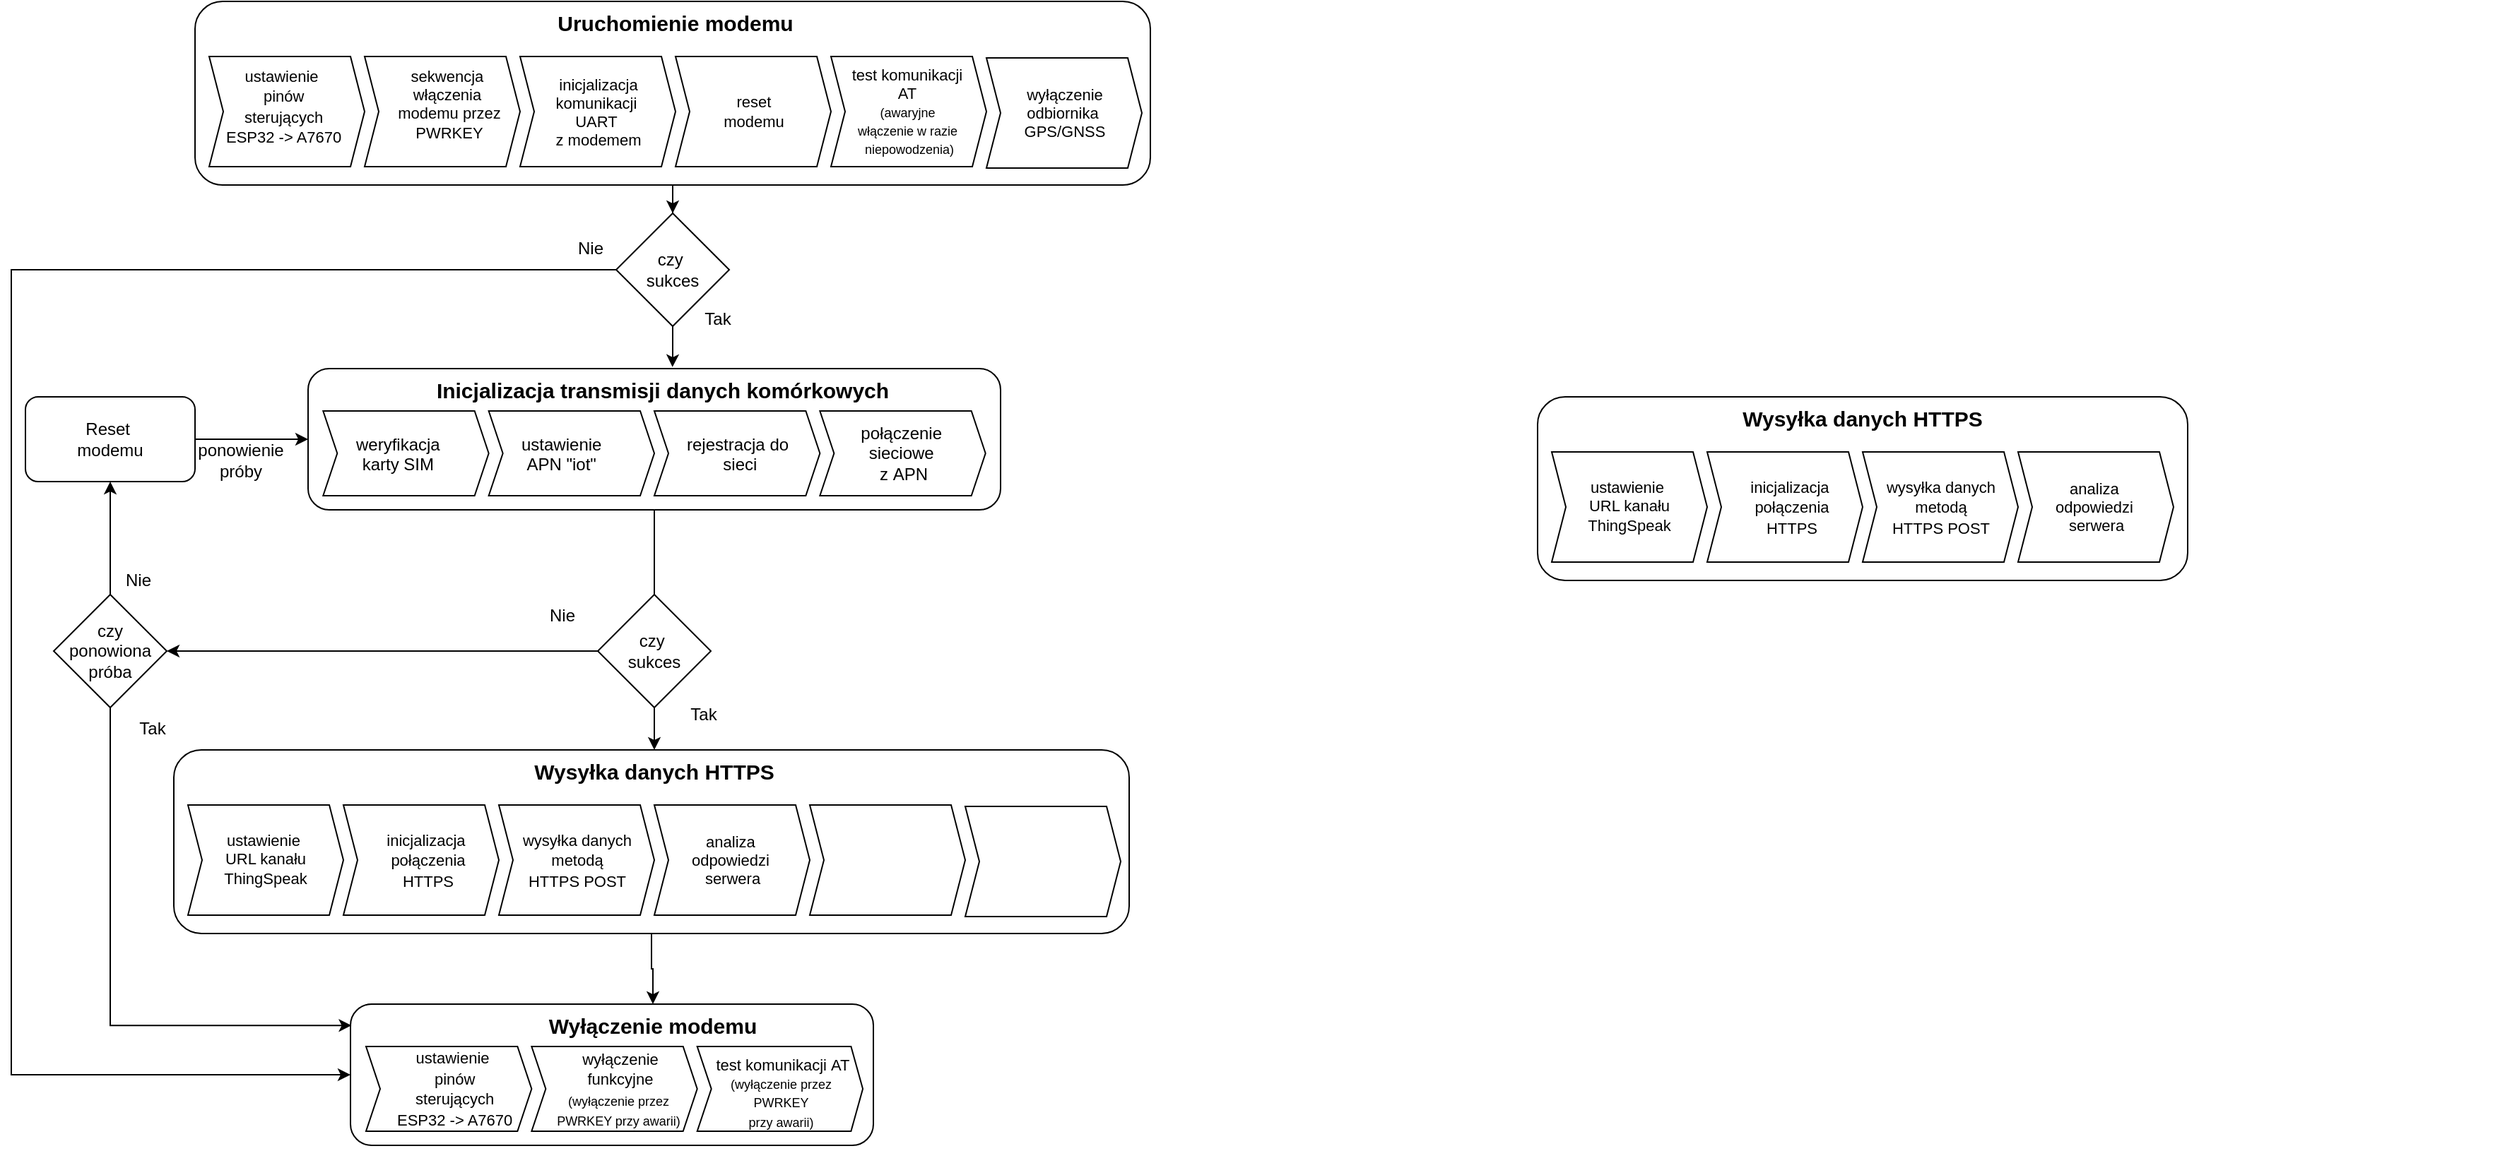
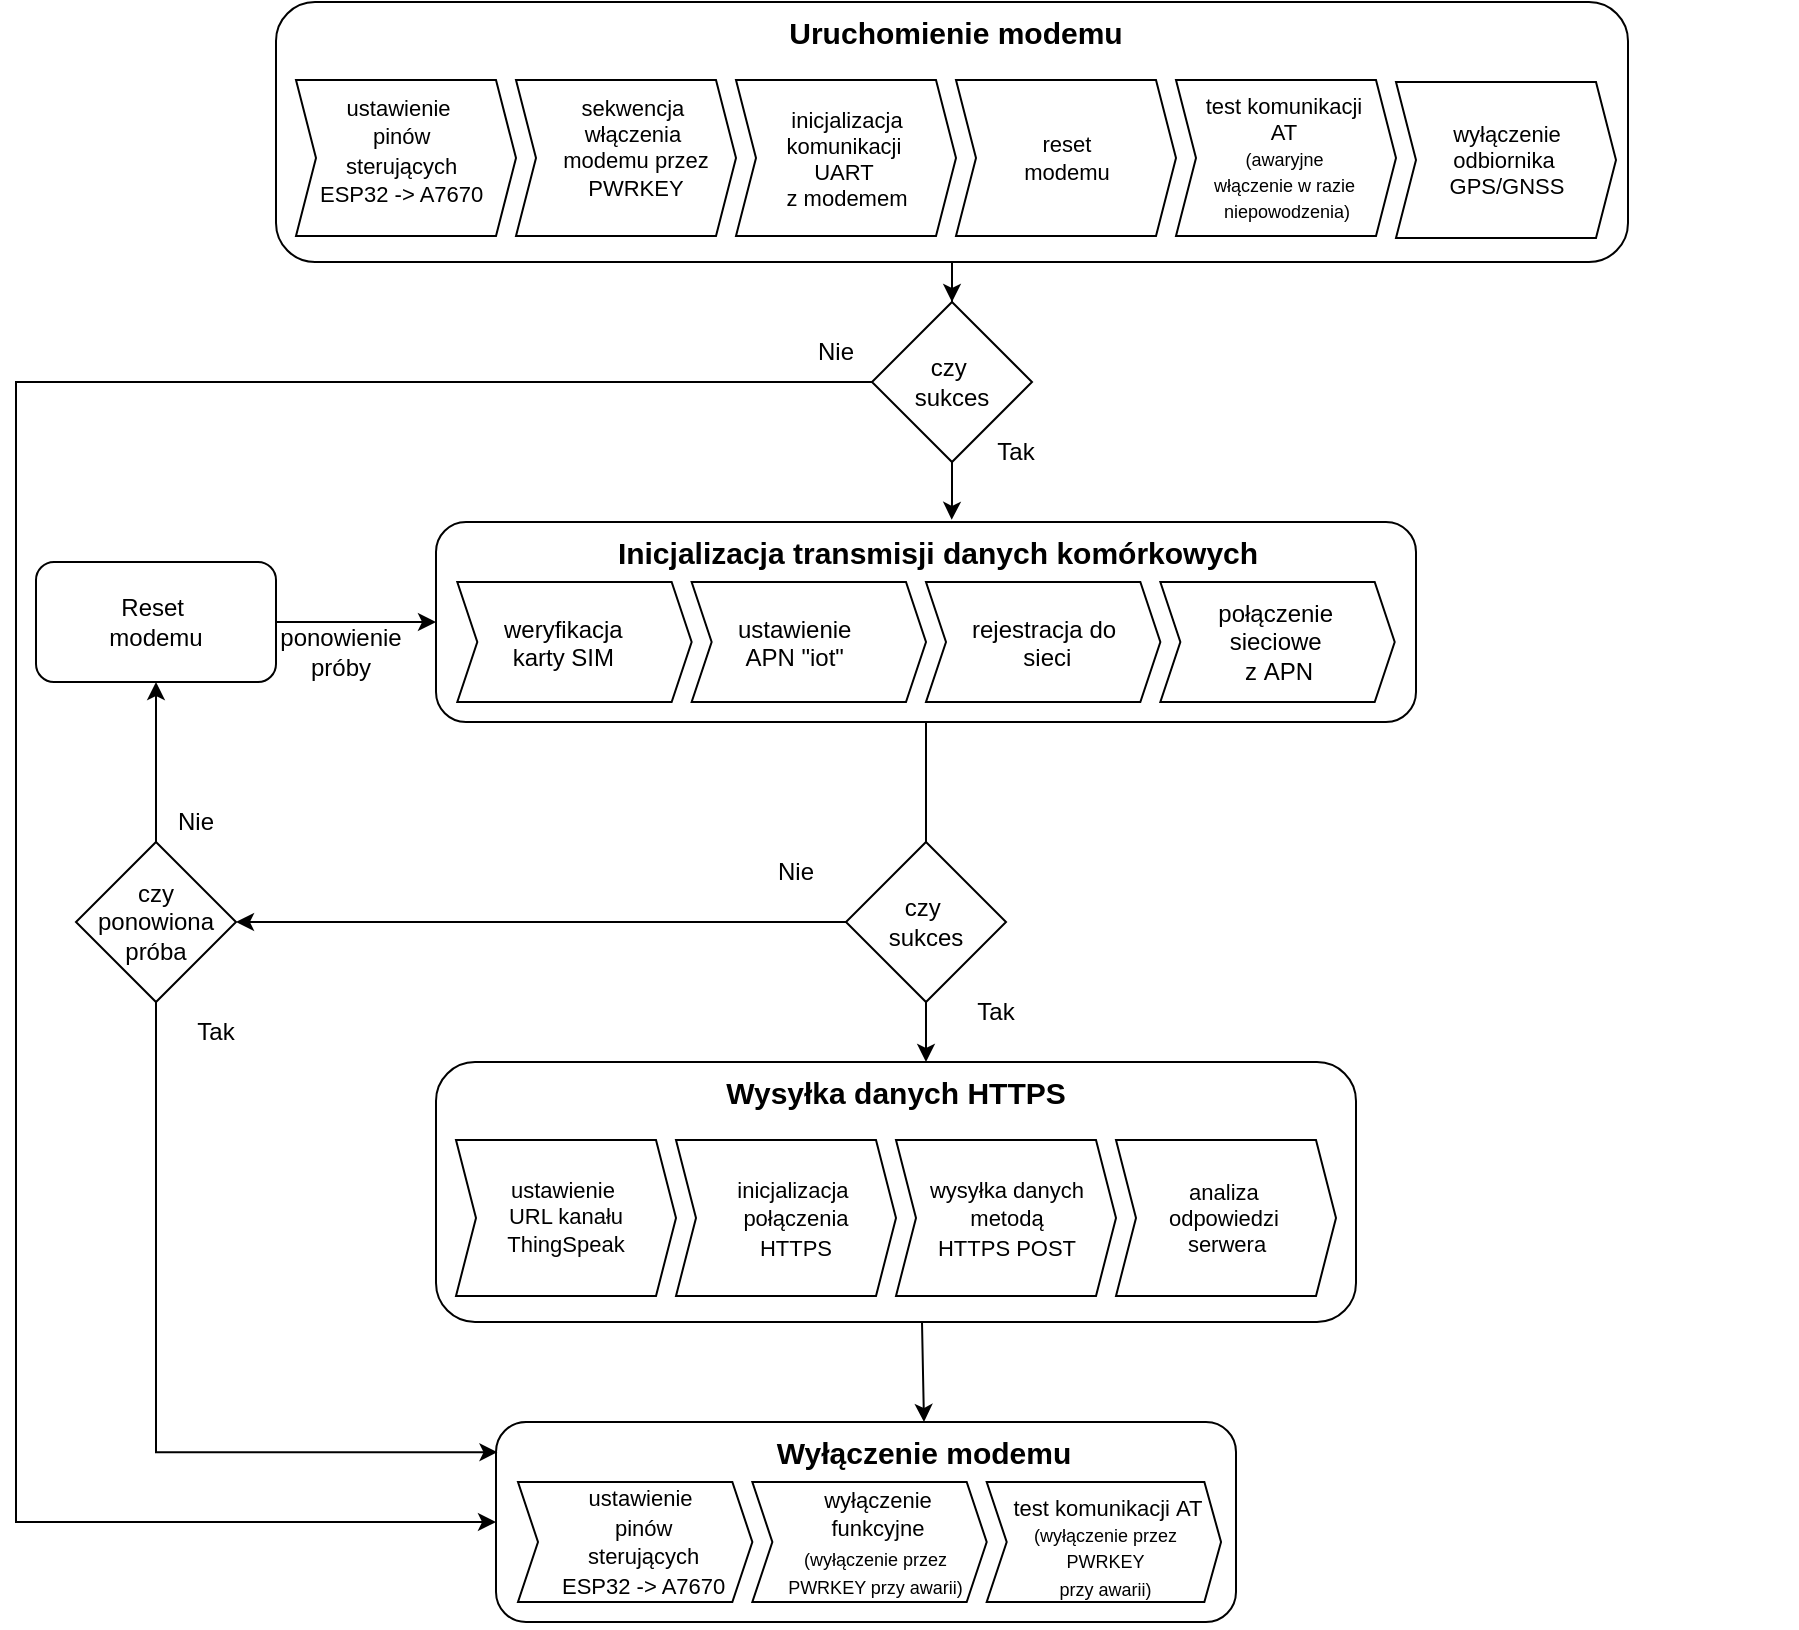
<mxfile host="app.diagrams.net">
  <diagram name="Strona-1" id="qUiWrLwNQSNPpPlMcjFA">
-     <mxGraphModel dx="970" dy="1851" grid="1" gridSize="10" guides="1" tooltips="1" connect="1" arrows="1" fold="1" page="1" pageScale="1" pageWidth="827" pageHeight="1169" math="0" shadow="0">
+     <mxGraphModel dx="1386" dy="2143" grid="1" gridSize="10" guides="1" tooltips="1" connect="1" arrows="1" fold="1" page="1" pageScale="1" pageWidth="827" pageHeight="1169" math="0" shadow="0">
      <root>
        <mxCell id="0" />
        <mxCell id="1" parent="0" />
        <mxCell id="zzqq1YDTvUKB0URQ00NY-44" connectable="0" parent="1" style="group" value="" vertex="1">
          <mxGeometry height="100" width="490.6521739130435" x="650" y="110" as="geometry" />
        </mxCell>
        <mxCell id="zzqq1YDTvUKB0URQ00NY-41" parent="zzqq1YDTvUKB0URQ00NY-44" style="rounded=1;whiteSpace=wrap;html=1;fillColor=none;" value="" vertex="1">
          <mxGeometry height="100" width="490.0000000000001" as="geometry" />
        </mxCell>
        <mxCell id="zzqq1YDTvUKB0URQ00NY-43" connectable="0" parent="zzqq1YDTvUKB0URQ00NY-44" style="group" value="" vertex="1">
          <mxGeometry height="90" width="480" x="10.65217391304348" as="geometry" />
        </mxCell>
        <mxCell id="zzqq1YDTvUKB0URQ00NY-32" parent="zzqq1YDTvUKB0URQ00NY-43" style="html=1;shadow=0;dashed=0;align=center;verticalAlign=middle;shape=mxgraph.arrows2.arrow;dy=0;dx=10;notch=10;" value="" vertex="1">
          <mxGeometry height="60" width="117.17391304347828" y="30" as="geometry" />
        </mxCell>
        <mxCell id="zzqq1YDTvUKB0URQ00NY-34" parent="zzqq1YDTvUKB0URQ00NY-43" style="text;whiteSpace=wrap;html=1;" value="&lt;span style=&quot;caret-color: rgb(0, 0, 0); color: rgb(0, 0, 0); font-family: Helvetica; font-size: 12.000001px; font-style: normal; font-variant-caps: normal; font-weight: 400; letter-spacing: normal; orphans: 2; text-align: center; text-indent: 0px; text-transform: none; white-space: nowrap; widows: 2; word-spacing: 0px; -webkit-text-stroke-width: 0px; text-decoration-line: none; text-decoration-thickness: auto; text-decoration-style: solid;&quot;&gt;weryfikacja&lt;/span&gt;&lt;div style=&quot;caret-color: rgb(0, 0, 0); color: rgb(0, 0, 0); font-family: Helvetica; font-size: 12.000001px; font-style: normal; font-variant-caps: normal; font-weight: 400; letter-spacing: normal; orphans: 2; text-align: center; text-indent: 0px; text-transform: none; white-space: nowrap; widows: 2; word-spacing: 0px; -webkit-text-stroke-width: 0px; text-decoration-line: none; text-decoration-thickness: auto; text-decoration-style: solid;&quot;&gt;karty SIM&lt;/div&gt;" vertex="1">
          <mxGeometry height="50" width="95.86956521739131" x="21.30434782608696" y="40" as="geometry" />
        </mxCell>
        <mxCell id="zzqq1YDTvUKB0URQ00NY-35" parent="zzqq1YDTvUKB0URQ00NY-43" style="html=1;shadow=0;dashed=0;align=center;verticalAlign=middle;shape=mxgraph.arrows2.arrow;dy=0;dx=10;notch=10;" value="" vertex="1">
          <mxGeometry height="60" width="117.17391304347828" x="117.17391304347828" y="30" as="geometry" />
        </mxCell>
        <mxCell id="zzqq1YDTvUKB0URQ00NY-36" parent="zzqq1YDTvUKB0URQ00NY-43" style="text;whiteSpace=wrap;html=1;" value="&lt;div style=&quot;text-align: center;&quot;&gt;&lt;span style=&quot;font-size: 12px; caret-color: rgb(0, 0, 0); text-wrap-mode: nowrap;&quot;&gt;&lt;font color=&quot;#000000&quot;&gt;ustawienie&lt;/font&gt;&lt;/span&gt;&lt;/div&gt;&lt;div style=&quot;text-align: center;&quot;&gt;&lt;span style=&quot;font-size: 12px; caret-color: rgb(0, 0, 0); text-wrap-mode: nowrap;&quot;&gt;&lt;font color=&quot;#000000&quot;&gt;APN&amp;nbsp;&lt;/font&gt;&lt;/span&gt;&lt;span style=&quot;font-size: 12px; white-space: nowrap;&quot;&gt;&quot;iot&quot;&lt;/span&gt;&lt;/div&gt;" vertex="1">
          <mxGeometry height="50" width="95.86956521739131" x="138.47826086956525" y="40" as="geometry" />
        </mxCell>
        <mxCell id="zzqq1YDTvUKB0URQ00NY-37" parent="zzqq1YDTvUKB0URQ00NY-43" style="html=1;shadow=0;dashed=0;align=center;verticalAlign=middle;shape=mxgraph.arrows2.arrow;dy=0;dx=10;notch=10;" value="" vertex="1">
          <mxGeometry height="60" width="117.17391304347828" x="234.34782608695656" y="30" as="geometry" />
        </mxCell>
        <mxCell id="zzqq1YDTvUKB0URQ00NY-38" parent="zzqq1YDTvUKB0URQ00NY-43" style="text;whiteSpace=wrap;html=1;" value="&lt;div style=&quot;text-align: center;&quot;&gt;&lt;span style=&quot;caret-color: rgb(0, 0, 0); text-wrap-mode: nowrap;&quot;&gt;rejestracja do&amp;nbsp;&lt;/span&gt;&lt;/div&gt;&lt;div style=&quot;text-align: center;&quot;&gt;&lt;span style=&quot;caret-color: rgb(0, 0, 0); text-wrap-mode: nowrap;&quot;&gt;sieci&lt;/span&gt;&lt;/div&gt;" vertex="1">
          <mxGeometry height="50" width="95.86956521739131" x="255.6521739130435" y="40" as="geometry" />
        </mxCell>
        <mxCell id="zzqq1YDTvUKB0URQ00NY-39" parent="zzqq1YDTvUKB0URQ00NY-43" style="html=1;shadow=0;dashed=0;align=center;verticalAlign=middle;shape=mxgraph.arrows2.arrow;dy=0;dx=10;notch=10;" value="połączenie&amp;nbsp;&lt;div&gt;sieciowe&amp;nbsp;&lt;/div&gt;&lt;div&gt;z&amp;nbsp;&lt;span style=&quot;font-size: 12px;&quot;&gt;APN&lt;/span&gt;&lt;/div&gt;" vertex="1">
          <mxGeometry height="60" width="117.17391304347828" x="351.52173913043487" y="30" as="geometry" />
        </mxCell>
        <mxCell id="zzqq1YDTvUKB0URQ00NY-42" parent="zzqq1YDTvUKB0URQ00NY-43" style="text;whiteSpace=wrap;html=1;align=center;" value="&lt;div style=&quot;&quot;&gt;&lt;span style=&quot;&quot;&gt;&lt;b&gt;&lt;font style=&quot;font-size: 15px;&quot;&gt;Inicjalizacja transmisji danych komórkowych&lt;/font&gt;&lt;/b&gt;&lt;/span&gt;&lt;br&gt;&lt;/div&gt;" vertex="1">
          <mxGeometry height="50" width="480" as="geometry" />
        </mxCell>
        <mxCell id="zzqq1YDTvUKB0URQ00NY-64" connectable="0" parent="1" style="group" value="" vertex="1">
          <mxGeometry height="130" width="680" x="570" y="-150" as="geometry" />
        </mxCell>
        <mxCell id="zzqq1YDTvUKB0URQ00NY-47" parent="zzqq1YDTvUKB0URQ00NY-64" style="rounded=1;whiteSpace=wrap;html=1;fillColor=none;" value="" vertex="1">
          <mxGeometry height="130" width="676" as="geometry" />
        </mxCell>
        <mxCell id="zzqq1YDTvUKB0URQ00NY-63" connectable="0" parent="zzqq1YDTvUKB0URQ00NY-64" style="group" value="" vertex="1">
          <mxGeometry height="118" width="670" x="10" as="geometry" />
        </mxCell>
        <mxCell id="zzqq1YDTvUKB0URQ00NY-48" connectable="0" parent="zzqq1YDTvUKB0URQ00NY-63" style="group" value="" vertex="1">
          <mxGeometry height="117" width="670" as="geometry" />
        </mxCell>
        <mxCell id="zzqq1YDTvUKB0URQ00NY-49" parent="zzqq1YDTvUKB0URQ00NY-48" style="html=1;shadow=0;dashed=0;align=center;verticalAlign=middle;shape=mxgraph.arrows2.arrow;dy=0;dx=10;notch=10;" value="" vertex="1">
          <mxGeometry height="78" width="110" y="39" as="geometry" />
        </mxCell>
        <mxCell id="zzqq1YDTvUKB0URQ00NY-51" parent="zzqq1YDTvUKB0URQ00NY-48" style="html=1;shadow=0;dashed=0;align=center;verticalAlign=middle;shape=mxgraph.arrows2.arrow;dy=0;dx=10;notch=10;" value="" vertex="1">
          <mxGeometry height="78" width="110" x="110" y="39" as="geometry" />
        </mxCell>
        <mxCell id="zzqq1YDTvUKB0URQ00NY-52" parent="zzqq1YDTvUKB0URQ00NY-48" style="text;whiteSpace=wrap;html=1;fontSize=11;align=center;" value="&lt;div style=&quot;&quot;&gt;&lt;span style=&quot;caret-color: rgb(0, 0, 0); text-wrap-mode: nowrap;&quot;&gt;sekwencja&amp;nbsp;&lt;/span&gt;&lt;/div&gt;&lt;div style=&quot;&quot;&gt;&lt;span style=&quot;caret-color: rgb(0, 0, 0); text-wrap-mode: nowrap;&quot;&gt;włączenia&amp;nbsp;&lt;/span&gt;&lt;/div&gt;&lt;div style=&quot;&quot;&gt;&lt;span style=&quot;caret-color: rgb(0, 0, 0); text-wrap-mode: nowrap;&quot;&gt;modemu przez&lt;/span&gt;&lt;/div&gt;&lt;div style=&quot;&quot;&gt;&lt;span style=&quot;caret-color: rgb(0, 0, 0); text-wrap-mode: nowrap;&quot;&gt;PWRKEY&lt;/span&gt;&lt;/div&gt;&lt;div style=&quot;&quot;&gt;&lt;span style=&quot;caret-color: rgb(0, 0, 0); text-wrap-mode: nowrap;&quot;&gt;&lt;br&gt;&lt;/span&gt;&lt;/div&gt;&lt;div style=&quot;&quot;&gt;&lt;br&gt;&lt;/div&gt;" vertex="1">
          <mxGeometry height="77" width="120" x="110" y="40" as="geometry" />
        </mxCell>
        <mxCell id="zzqq1YDTvUKB0URQ00NY-53" parent="zzqq1YDTvUKB0URQ00NY-48" style="html=1;shadow=0;dashed=0;align=center;verticalAlign=middle;shape=mxgraph.arrows2.arrow;dy=0;dx=10;notch=10;" value="&lt;span style=&quot;font-size: 11px; float: none; display: inline !important; caret-color: rgb(0, 0, 0); color: rgb(0, 0, 0); text-decoration-color: currentcolor;&quot;&gt;inicjalizacja&lt;/span&gt;&lt;div style=&quot;font-size: 11px; white-space: normal; caret-color: rgb(0, 0, 0); color: rgb(0, 0, 0);&quot;&gt;&lt;span style=&quot;text-wrap-mode: nowrap;&quot;&gt;komunikacji&amp;nbsp;&lt;/span&gt;&lt;/div&gt;&lt;div style=&quot;font-size: 11px; white-space: normal; caret-color: rgb(0, 0, 0); color: rgb(0, 0, 0);&quot;&gt;&lt;span style=&quot;text-wrap-mode: nowrap;&quot;&gt;UART&amp;nbsp;&lt;/span&gt;&lt;/div&gt;&lt;div style=&quot;font-size: 11px; white-space: normal; caret-color: rgb(0, 0, 0); color: rgb(0, 0, 0);&quot;&gt;&lt;span style=&quot;text-wrap-mode: nowrap;&quot;&gt;z modemem&lt;/span&gt;&lt;/div&gt;" vertex="1">
          <mxGeometry height="78" width="110" x="220" y="39" as="geometry" />
        </mxCell>
        <mxCell id="zzqq1YDTvUKB0URQ00NY-55" parent="zzqq1YDTvUKB0URQ00NY-48" style="html=1;shadow=0;dashed=0;align=center;verticalAlign=middle;shape=mxgraph.arrows2.arrow;dy=0;dx=10;notch=10;fontSize=11;labelBackgroundColor=none;" value="reset&lt;div&gt;modemu&lt;/div&gt;" vertex="1">
          <mxGeometry height="78" width="110" x="330" y="39" as="geometry" />
        </mxCell>
        <mxCell id="zzqq1YDTvUKB0URQ00NY-56" parent="zzqq1YDTvUKB0URQ00NY-48" style="text;whiteSpace=wrap;html=1;align=center;" value="&lt;div style=&quot;&quot;&gt;&lt;b&gt;&lt;font style=&quot;font-size: 15px;&quot;&gt;Uruchomienie modemu&lt;/font&gt;&lt;/b&gt;&lt;/div&gt;" vertex="1">
          <mxGeometry height="65" width="680" x="-10" as="geometry" />
        </mxCell>
        <mxCell id="zzqq1YDTvUKB0URQ00NY-50" parent="zzqq1YDTvUKB0URQ00NY-48" style="text;whiteSpace=wrap;html=1;" value="&lt;div style=&quot;text-align: center;&quot;&gt;&lt;span style=&quot;text-wrap-mode: nowrap;&quot;&gt;&lt;font style=&quot;font-size: 11px;&quot;&gt;ustawienie&amp;nbsp;&lt;/font&gt;&lt;/span&gt;&lt;/div&gt;&lt;div style=&quot;text-align: center;&quot;&gt;&lt;span style=&quot;text-wrap-mode: nowrap;&quot;&gt;&lt;font style=&quot;font-size: 11px;&quot;&gt;pinów&lt;/font&gt;&lt;/span&gt;&lt;/div&gt;&lt;div style=&quot;text-align: center;&quot;&gt;&lt;span style=&quot;text-wrap-mode: nowrap;&quot;&gt;&lt;font style=&quot;font-size: 11px;&quot;&gt;&amp;nbsp;sterujących&amp;nbsp;&lt;/font&gt;&lt;/span&gt;&lt;/div&gt;&lt;div style=&quot;text-align: center;&quot;&gt;&lt;span style=&quot;font-size: 11px; text-wrap-mode: nowrap;&quot;&gt;ESP32 -&amp;gt; A7670&lt;/span&gt;&lt;/div&gt;&lt;div style=&quot;text-align: center;&quot;&gt;&lt;span style=&quot;text-wrap-mode: nowrap;&quot;&gt;&lt;br&gt;&lt;/span&gt;&lt;/div&gt;" vertex="1">
          <mxGeometry height="65" width="90" x="10" y="39" as="geometry" />
        </mxCell>
        <mxCell id="zzqq1YDTvUKB0URQ00NY-58" parent="zzqq1YDTvUKB0URQ00NY-63" style="html=1;shadow=0;dashed=0;align=center;verticalAlign=middle;shape=mxgraph.arrows2.arrow;dy=0;dx=10;notch=10;fontSize=11;" value="test komunikacji&amp;nbsp;&lt;div&gt;AT&amp;nbsp;&lt;div&gt;&lt;font style=&quot;font-size: 9px;&quot;&gt;(awaryjne&amp;nbsp;&lt;/font&gt;&lt;/div&gt;&lt;div&gt;&lt;font style=&quot;font-size: 9px;&quot;&gt;włączenie w razie&amp;nbsp;&lt;/font&gt;&lt;/div&gt;&lt;div&gt;&lt;font style=&quot;font-size: 9px;&quot;&gt;niepowodzenia)&lt;/font&gt;&lt;/div&gt;&lt;/div&gt;" vertex="1">
          <mxGeometry height="78" width="110" x="440" y="39" as="geometry" />
        </mxCell>
        <mxCell id="zzqq1YDTvUKB0URQ00NY-59" parent="zzqq1YDTvUKB0URQ00NY-63" style="html=1;shadow=0;dashed=0;align=center;verticalAlign=middle;shape=mxgraph.arrows2.arrow;dy=0;dx=10;notch=10;fontSize=11;" value="wyłączenie&lt;div&gt;odbiornika&amp;nbsp;&lt;/div&gt;&lt;div&gt;GPS/GNSS&lt;/div&gt;" vertex="1">
          <mxGeometry height="78" width="110" x="550" y="40" as="geometry" />
        </mxCell>
        <mxCell id="zzqq1YDTvUKB0URQ00NY-69" edge="1" parent="1" source="zzqq1YDTvUKB0URQ00NY-65" style="edgeStyle=orthogonalEdgeStyle;rounded=0;orthogonalLoop=1;jettySize=auto;html=1;fontSize=13;entryX=0.515;entryY=-0.022;entryDx=0;entryDy=0;entryPerimeter=0;" target="zzqq1YDTvUKB0URQ00NY-42" value="">
          <mxGeometry relative="1" as="geometry" />
        </mxCell>
        <mxCell id="zzqq1YDTvUKB0URQ00NY-126" edge="1" parent="1" source="zzqq1YDTvUKB0URQ00NY-65" style="edgeStyle=orthogonalEdgeStyle;rounded=0;orthogonalLoop=1;jettySize=auto;html=1;entryX=0;entryY=0.5;entryDx=0;entryDy=0;" target="zzqq1YDTvUKB0URQ00NY-73">
          <mxGeometry relative="1" as="geometry">
            <Array as="points">
              <mxPoint x="440" y="40" />
              <mxPoint x="440" y="610" />
            </Array>
            <mxPoint x="430" y="730" as="targetPoint" />
          </mxGeometry>
        </mxCell>
        <mxCell id="zzqq1YDTvUKB0URQ00NY-65" parent="1" style="rhombus;whiteSpace=wrap;html=1;" value="czy&amp;nbsp;&lt;div&gt;sukces&lt;/div&gt;" vertex="1">
          <mxGeometry height="80" width="80" x="868" as="geometry" />
        </mxCell>
        <mxCell id="zzqq1YDTvUKB0URQ00NY-66" parent="1" style="text;html=1;whiteSpace=wrap;strokeColor=none;fillColor=none;align=center;verticalAlign=middle;rounded=0;" value="Nie" vertex="1">
          <mxGeometry height="30" width="60" x="820" y="10" as="geometry" />
        </mxCell>
        <mxCell id="zzqq1YDTvUKB0URQ00NY-94" parent="1" style="text;html=1;whiteSpace=wrap;strokeColor=none;fillColor=none;align=center;verticalAlign=middle;rounded=0;" value="Tak" vertex="1">
          <mxGeometry height="30" width="60" x="910" y="60" as="geometry" />
        </mxCell>
-         <mxCell id="zzqq1YDTvUKB0URQ00NY-95" connectable="0" parent="1" style="group" value="" vertex="1">
-           <mxGeometry height="140" width="680" x="555" y="380" as="geometry" />
-         </mxCell>
-         <mxCell id="zzqq1YDTvUKB0URQ00NY-96" parent="zzqq1YDTvUKB0URQ00NY-95" style="rounded=1;whiteSpace=wrap;html=1;fillColor=none;" value="" vertex="1">
-           <mxGeometry height="130" width="676" as="geometry" />
-         </mxCell>
-         <mxCell id="zzqq1YDTvUKB0URQ00NY-97" connectable="0" parent="zzqq1YDTvUKB0URQ00NY-95" style="group" value="" vertex="1">
-           <mxGeometry height="140" width="670" x="10" as="geometry" />
-         </mxCell>
-         <mxCell id="zzqq1YDTvUKB0URQ00NY-98" connectable="0" parent="zzqq1YDTvUKB0URQ00NY-97" style="group" value="" vertex="1">
-           <mxGeometry height="140" width="670" as="geometry" />
-         </mxCell>
-         <mxCell id="zzqq1YDTvUKB0URQ00NY-99" parent="zzqq1YDTvUKB0URQ00NY-98" style="html=1;shadow=0;dashed=0;align=center;verticalAlign=middle;shape=mxgraph.arrows2.arrow;dy=0;dx=10;notch=10;" value="" vertex="1">
-           <mxGeometry height="78" width="110" y="39" as="geometry" />
-         </mxCell>
-         <mxCell id="zzqq1YDTvUKB0URQ00NY-100" parent="zzqq1YDTvUKB0URQ00NY-98" style="html=1;shadow=0;dashed=0;align=center;verticalAlign=middle;shape=mxgraph.arrows2.arrow;dy=0;dx=10;notch=10;" value="" vertex="1">
-           <mxGeometry height="78" width="110" x="110" y="39" as="geometry" />
-         </mxCell>
-         <mxCell id="zzqq1YDTvUKB0URQ00NY-101" parent="zzqq1YDTvUKB0URQ00NY-98" style="text;whiteSpace=wrap;html=1;fontSize=11;align=center;" value="&lt;div style=&quot;&quot;&gt;&lt;div style=&quot;font-size: 12.000001px;&quot;&gt;&lt;span style=&quot;font-size: 11px; text-wrap-mode: nowrap;&quot;&gt;inicjalizacja&lt;/span&gt;&lt;span style=&quot;font-size: 11px; white-space: nowrap;&quot;&gt;&amp;nbsp;&lt;/span&gt;&lt;/div&gt;&lt;div style=&quot;font-size: 12.000001px;&quot;&gt;&lt;span style=&quot;font-size: 11px; white-space: nowrap;&quot;&gt;połączenia&lt;/span&gt;&lt;/div&gt;&lt;div style=&quot;font-size: 12.000001px;&quot;&gt;&lt;span style=&quot;font-size: 11px; white-space: nowrap;&quot;&gt;HTTPS&lt;/span&gt;&lt;/div&gt;&lt;/div&gt;" vertex="1">
-           <mxGeometry height="90" width="120" x="110" y="50" as="geometry" />
-         </mxCell>
-         <mxCell id="zzqq1YDTvUKB0URQ00NY-102" parent="zzqq1YDTvUKB0URQ00NY-98" style="html=1;shadow=0;dashed=0;align=center;verticalAlign=middle;shape=mxgraph.arrows2.arrow;dy=0;dx=10;notch=10;" value="&lt;font color=&quot;#000000&quot;&gt;&lt;span style=&quot;caret-color: rgb(0, 0, 0); font-size: 11px;&quot;&gt;wysyłka danych&lt;/span&gt;&lt;/font&gt;&lt;div&gt;&lt;span style=&quot;caret-color: rgb(0, 0, 0); font-size: 11px;&quot;&gt;metodą&lt;br&gt;&lt;/span&gt;&lt;div&gt;&lt;font color=&quot;#000000&quot;&gt;&lt;span style=&quot;caret-color: rgb(0, 0, 0); font-size: 11px;&quot;&gt;HTTPS POST&lt;/span&gt;&lt;/font&gt;&lt;/div&gt;&lt;/div&gt;" vertex="1">
-           <mxGeometry height="78" width="110" x="220" y="39" as="geometry" />
-         </mxCell>
-         <mxCell id="zzqq1YDTvUKB0URQ00NY-103" parent="zzqq1YDTvUKB0URQ00NY-98" style="html=1;shadow=0;dashed=0;align=center;verticalAlign=middle;shape=mxgraph.arrows2.arrow;dy=0;dx=10;notch=10;fontSize=11;labelBackgroundColor=none;" value="analiza&amp;nbsp;&lt;div&gt;odpowiedzi&amp;nbsp;&lt;/div&gt;&lt;div&gt;serwera&lt;/div&gt;" vertex="1">
-           <mxGeometry height="78" width="110" x="330" y="39" as="geometry" />
-         </mxCell>
-         <mxCell id="zzqq1YDTvUKB0URQ00NY-104" parent="zzqq1YDTvUKB0URQ00NY-98" style="text;whiteSpace=wrap;html=1;align=center;" value="&lt;div style=&quot;&quot;&gt;&lt;b&gt;&lt;font style=&quot;font-size: 15px;&quot;&gt;Wysyłka danych HTTPS&lt;/font&gt;&lt;/b&gt;&lt;/div&gt;" vertex="1">
-           <mxGeometry height="65" width="680" x="-10" as="geometry" />
-         </mxCell>
-         <mxCell id="zzqq1YDTvUKB0URQ00NY-105" parent="zzqq1YDTvUKB0URQ00NY-98" style="text;whiteSpace=wrap;html=1;align=center;" value="&lt;div style=&quot;&quot;&gt;&lt;span style=&quot;font-size: 11px; white-space: nowrap;&quot;&gt;ustawienie&amp;nbsp;&lt;/span&gt;&lt;br&gt;&lt;/div&gt;&lt;div style=&quot;font-size: 11px;&quot;&gt;&lt;span style=&quot;white-space: nowrap;&quot;&gt;URL kanału&lt;/span&gt;&lt;br&gt;&lt;/div&gt;&lt;div style=&quot;font-size: 11px;&quot;&gt;&lt;span style=&quot;white-space: nowrap;&quot;&gt;ThingSpeak&lt;/span&gt;&lt;/div&gt;" vertex="1">
-           <mxGeometry height="70" width="150" x="-20" y="50" as="geometry" />
-         </mxCell>
-         <mxCell id="zzqq1YDTvUKB0URQ00NY-106" parent="zzqq1YDTvUKB0URQ00NY-97" style="html=1;shadow=0;dashed=0;align=center;verticalAlign=middle;shape=mxgraph.arrows2.arrow;dy=0;dx=10;notch=10;fontSize=11;" value="" vertex="1">
-           <mxGeometry height="78" width="110" x="440" y="39" as="geometry" />
-         </mxCell>
-         <mxCell id="zzqq1YDTvUKB0URQ00NY-107" parent="zzqq1YDTvUKB0URQ00NY-97" style="html=1;shadow=0;dashed=0;align=center;verticalAlign=middle;shape=mxgraph.arrows2.arrow;dy=0;dx=10;notch=10;fontSize=11;" value="" vertex="1">
-           <mxGeometry height="78" width="110" x="550" y="40" as="geometry" />
-         </mxCell>
-         <mxCell id="zzqq1YDTvUKB0URQ00NY-108" edge="1" parent="1" source="zzqq1YDTvUKB0URQ00NY-41" style="edgeStyle=orthogonalEdgeStyle;rounded=0;orthogonalLoop=1;jettySize=auto;html=1;entryX=0.5;entryY=0;entryDx=0;entryDy=0;exitX=0.5;exitY=1;exitDx=0;exitDy=0;" target="zzqq1YDTvUKB0URQ00NY-104">
-           <mxGeometry relative="1" as="geometry" />
+         <mxCell id="zzqq1YDTvUKB0URQ00NY-108" edge="1" parent="1" source="zzqq1YDTvUKB0URQ00NY-41" style="edgeStyle=orthogonalEdgeStyle;rounded=0;orthogonalLoop=1;jettySize=auto;html=1;entryX=0.5;entryY=0;entryDx=0;entryDy=0;exitX=0.5;exitY=1;exitDx=0;exitDy=0;">
+           <mxGeometry relative="1" as="geometry">
+             <mxPoint x="895" y="380" as="targetPoint" />
+           </mxGeometry>
        </mxCell>
        <mxCell id="zzqq1YDTvUKB0URQ00NY-119" edge="1" parent="1" source="zzqq1YDTvUKB0URQ00NY-109" style="edgeStyle=orthogonalEdgeStyle;rounded=0;orthogonalLoop=1;jettySize=auto;html=1;" target="zzqq1YDTvUKB0URQ00NY-115">
          <mxGeometry relative="1" as="geometry" />
        </mxCell>
        <mxCell id="zzqq1YDTvUKB0URQ00NY-109" parent="1" style="rhombus;whiteSpace=wrap;html=1;" value="czy&amp;nbsp;&lt;div&gt;sukces&lt;/div&gt;" vertex="1">
          <mxGeometry height="80" width="80" x="855" y="270" as="geometry" />
        </mxCell>
        <mxCell id="zzqq1YDTvUKB0URQ00NY-110" parent="1" style="text;html=1;whiteSpace=wrap;strokeColor=none;fillColor=none;align=center;verticalAlign=middle;rounded=0;" value="Tak" vertex="1">
          <mxGeometry height="30" width="60" x="900" y="340" as="geometry" />
        </mxCell>
        <mxCell id="zzqq1YDTvUKB0URQ00NY-111" parent="1" style="text;html=1;whiteSpace=wrap;strokeColor=none;fillColor=none;align=center;verticalAlign=middle;rounded=0;" value="Nie" vertex="1">
          <mxGeometry height="30" width="60" x="800" y="270" as="geometry" />
        </mxCell>
        <mxCell id="zzqq1YDTvUKB0URQ00NY-121" edge="1" parent="1" source="zzqq1YDTvUKB0URQ00NY-113" style="edgeStyle=orthogonalEdgeStyle;rounded=0;orthogonalLoop=1;jettySize=auto;html=1;entryX=0;entryY=0.5;entryDx=0;entryDy=0;" target="zzqq1YDTvUKB0URQ00NY-41" value="">
          <mxGeometry relative="1" as="geometry" />
        </mxCell>
        <mxCell id="zzqq1YDTvUKB0URQ00NY-113" parent="1" style="rounded=1;whiteSpace=wrap;html=1;" value="Reset&amp;nbsp;&lt;div&gt;modemu&lt;/div&gt;" vertex="1">
          <mxGeometry height="60" width="120" x="450" y="130" as="geometry" />
        </mxCell>
        <mxCell id="zzqq1YDTvUKB0URQ00NY-114" edge="1" parent="1" source="zzqq1YDTvUKB0URQ00NY-115" style="edgeStyle=orthogonalEdgeStyle;rounded=0;orthogonalLoop=1;jettySize=auto;html=1;" target="zzqq1YDTvUKB0URQ00NY-113" value="">
          <mxGeometry relative="1" as="geometry" />
        </mxCell>
        <mxCell id="zzqq1YDTvUKB0URQ00NY-122" edge="1" parent="1" source="zzqq1YDTvUKB0URQ00NY-115" style="edgeStyle=orthogonalEdgeStyle;rounded=0;orthogonalLoop=1;jettySize=auto;html=1;entryX=0.002;entryY=0.151;entryDx=0;entryDy=0;entryPerimeter=0;" target="zzqq1YDTvUKB0URQ00NY-73">
          <mxGeometry relative="1" as="geometry">
            <Array as="points">
              <mxPoint x="510" y="575" />
            </Array>
          </mxGeometry>
        </mxCell>
        <mxCell id="zzqq1YDTvUKB0URQ00NY-115" parent="1" style="rhombus;whiteSpace=wrap;html=1;" value="czy ponowiona próba" vertex="1">
          <mxGeometry height="80" width="80" x="470" y="270" as="geometry" />
        </mxCell>
        <mxCell id="zzqq1YDTvUKB0URQ00NY-116" parent="1" style="text;html=1;whiteSpace=wrap;strokeColor=none;fillColor=none;align=center;verticalAlign=middle;rounded=0;" value="Nie" vertex="1">
          <mxGeometry height="30" width="60" x="500" y="245" as="geometry" />
        </mxCell>
        <mxCell id="zzqq1YDTvUKB0URQ00NY-117" parent="1" style="text;html=1;whiteSpace=wrap;strokeColor=none;fillColor=none;align=center;verticalAlign=middle;rounded=0;" value="Tak" vertex="1">
          <mxGeometry height="30" width="60" x="510" y="350" as="geometry" />
        </mxCell>
        <mxCell id="zzqq1YDTvUKB0URQ00NY-120" parent="1" style="text;html=1;whiteSpace=wrap;strokeColor=none;fillColor=none;align=center;verticalAlign=middle;rounded=0;" value="ponowienie próby" vertex="1">
          <mxGeometry height="30" width="95" x="555" y="160" as="geometry" />
        </mxCell>
        <mxCell id="zzqq1YDTvUKB0URQ00NY-128" edge="1" parent="1" source="zzqq1YDTvUKB0URQ00NY-47" style="edgeStyle=orthogonalEdgeStyle;rounded=0;orthogonalLoop=1;jettySize=auto;html=1;entryX=0.5;entryY=0;entryDx=0;entryDy=0;" target="zzqq1YDTvUKB0URQ00NY-65">
          <mxGeometry relative="1" as="geometry" />
        </mxCell>
-         <mxCell id="zzqq1YDTvUKB0URQ00NY-129" edge="1" parent="1" source="zzqq1YDTvUKB0URQ00NY-96" style="edgeStyle=orthogonalEdgeStyle;rounded=0;orthogonalLoop=1;jettySize=auto;html=1;" target="zzqq1YDTvUKB0URQ00NY-82" value="">
-           <mxGeometry relative="1" as="geometry" />
+         <mxCell id="zzqq1YDTvUKB0URQ00NY-129" edge="1" parent="1" style="edgeStyle=orthogonalEdgeStyle;rounded=0;orthogonalLoop=1;jettySize=auto;html=1;" target="zzqq1YDTvUKB0URQ00NY-82" value="">
+           <mxGeometry relative="1" as="geometry">
+             <mxPoint x="893" y="510" as="sourcePoint" />
+           </mxGeometry>
        </mxCell>
        <mxCell id="zzqq1YDTvUKB0URQ00NY-73" parent="1" style="rounded=1;whiteSpace=wrap;html=1;fillColor=none;" value="" vertex="1">
          <mxGeometry height="100" width="370" x="680" y="560" as="geometry" />
        </mxCell>
        <mxCell id="zzqq1YDTvUKB0URQ00NY-133" connectable="0" parent="1" style="group" value="" vertex="1">
          <mxGeometry height="95" width="501.9999999999999" x="659.0021739130435" y="560" as="geometry" />
        </mxCell>
        <mxCell id="zzqq1YDTvUKB0URQ00NY-74" connectable="0" parent="zzqq1YDTvUKB0URQ00NY-133" style="group" value="" vertex="1">
          <mxGeometry height="95" width="470" x="32" as="geometry" />
        </mxCell>
        <mxCell id="zzqq1YDTvUKB0URQ00NY-75" parent="zzqq1YDTvUKB0URQ00NY-74" style="html=1;shadow=0;dashed=0;align=center;verticalAlign=middle;shape=mxgraph.arrows2.arrow;dy=0;dx=10;notch=10;" value="" vertex="1">
          <mxGeometry height="60" width="117.17391304347828" y="30" as="geometry" />
        </mxCell>
        <mxCell id="zzqq1YDTvUKB0URQ00NY-76" parent="zzqq1YDTvUKB0URQ00NY-74" style="text;whiteSpace=wrap;html=1;" value="&lt;div style=&quot;font-size: 12.000001px; text-align: center;&quot;&gt;&lt;span style=&quot;text-wrap-mode: nowrap;&quot;&gt;&lt;font style=&quot;font-size: 11px;&quot;&gt;&lt;br&gt;&lt;/font&gt;&lt;/span&gt;&lt;/div&gt;&lt;div style=&quot;font-size: 12.000001px; text-align: center;&quot;&gt;&lt;span style=&quot;text-wrap-mode: nowrap;&quot;&gt;&lt;font style=&quot;font-size: 11px;&quot;&gt;ustawienie&amp;nbsp;&lt;/font&gt;&lt;/span&gt;&lt;/div&gt;&lt;div style=&quot;font-size: 12.000001px; text-align: center;&quot;&gt;&lt;span style=&quot;text-wrap-mode: nowrap;&quot;&gt;&lt;font style=&quot;font-size: 11px;&quot;&gt;pinów&lt;/font&gt;&lt;/span&gt;&lt;/div&gt;&lt;div style=&quot;font-size: 12.000001px; text-align: center;&quot;&gt;&lt;span style=&quot;text-wrap-mode: nowrap;&quot;&gt;&lt;font style=&quot;font-size: 11px;&quot;&gt;&amp;nbsp;sterujących&amp;nbsp;&lt;/font&gt;&lt;/span&gt;&lt;/div&gt;&lt;div style=&quot;font-size: 12.000001px; text-align: center;&quot;&gt;&lt;span style=&quot;font-size: 11px; text-wrap-mode: nowrap;&quot;&gt;ESP32 -&amp;gt; A7670&lt;/span&gt;&lt;/div&gt;&lt;div&gt;&lt;span style=&quot;font-size: 11px; text-wrap-mode: nowrap;&quot;&gt;&lt;br&gt;&lt;/span&gt;&lt;/div&gt;" vertex="1">
          <mxGeometry height="80" width="97.17" x="20" y="10" as="geometry" />
        </mxCell>
        <mxCell id="zzqq1YDTvUKB0URQ00NY-77" parent="zzqq1YDTvUKB0URQ00NY-74" style="html=1;shadow=0;dashed=0;align=center;verticalAlign=middle;shape=mxgraph.arrows2.arrow;dy=0;dx=10;notch=10;" value="" vertex="1">
          <mxGeometry height="60" width="117.17391304347828" x="117.17391304347828" y="30" as="geometry" />
        </mxCell>
        <mxCell id="zzqq1YDTvUKB0URQ00NY-78" parent="zzqq1YDTvUKB0URQ00NY-74" style="text;whiteSpace=wrap;html=1;align=center;" value="&lt;div style=&quot;&quot;&gt;&lt;span style=&quot;caret-color: rgb(0, 0, 0); text-wrap-mode: nowrap;&quot;&gt;&lt;font style=&quot;font-size: 11px;&quot;&gt;wyłączenie&lt;/font&gt;&lt;/span&gt;&lt;/div&gt;&lt;div style=&quot;&quot;&gt;&lt;span style=&quot;caret-color: rgb(0, 0, 0); text-wrap-mode: nowrap;&quot;&gt;&lt;font style=&quot;font-size: 11px;&quot;&gt;funkcyjne&lt;/font&gt;&lt;/span&gt;&lt;/div&gt;&lt;div style=&quot;&quot;&gt;&lt;font style=&quot;font-size: 9px;&quot;&gt;&lt;span style=&quot;text-wrap-mode: nowrap;&quot;&gt;(wyłączenie&amp;nbsp;&lt;/span&gt;&lt;span style=&quot;white-space: nowrap;&quot;&gt;przez&amp;nbsp;&lt;/span&gt;&lt;/font&gt;&lt;/div&gt;&lt;div style=&quot;&quot;&gt;&lt;span style=&quot;white-space: nowrap;&quot;&gt;&lt;font style=&quot;font-size: 9px;&quot;&gt;&lt;font&gt;PWRKEY&lt;/font&gt;&lt;font&gt; przy awarii)&amp;nbsp;&lt;/font&gt;&lt;/font&gt;&lt;/span&gt;&lt;/div&gt;" vertex="1">
          <mxGeometry height="70" width="120" x="120" y="25" as="geometry" />
        </mxCell>
        <mxCell id="zzqq1YDTvUKB0URQ00NY-79" parent="zzqq1YDTvUKB0URQ00NY-74" style="html=1;shadow=0;dashed=0;align=center;verticalAlign=middle;shape=mxgraph.arrows2.arrow;dy=0;dx=8.34;notch=10;" value="" vertex="1">
          <mxGeometry height="60" width="117.17391304347828" x="234.34782608695656" y="30" as="geometry" />
        </mxCell>
        <mxCell id="zzqq1YDTvUKB0URQ00NY-80" parent="zzqq1YDTvUKB0URQ00NY-74" style="text;whiteSpace=wrap;html=1;align=center;fontSize=11;" value="&lt;span style=&quot;text-wrap-mode: nowrap;&quot;&gt;&lt;font&gt;test komunikacji&amp;nbsp;&lt;/font&gt;&lt;/span&gt;&lt;span style=&quot;white-space: nowrap;&quot;&gt;AT&lt;/span&gt;&lt;div&gt;&lt;font style=&quot;font-size: 9px;&quot;&gt;&lt;span style=&quot;white-space: nowrap;&quot;&gt;(wyłączenie&amp;nbsp;&lt;/span&gt;&lt;span style=&quot;white-space: nowrap;&quot;&gt;przez&amp;nbsp;&lt;/span&gt;&lt;/font&gt;&lt;/div&gt;&lt;div&gt;&lt;span style=&quot;white-space: nowrap;&quot;&gt;&lt;font style=&quot;font-size: 9px;&quot;&gt;&lt;font&gt;PWRKEY&lt;/font&gt;&lt;font&gt;&amp;nbsp;&lt;/font&gt;&lt;/font&gt;&lt;/span&gt;&lt;/div&gt;&lt;div&gt;&lt;span style=&quot;white-space: nowrap;&quot;&gt;&lt;font&gt;&lt;font style=&quot;font-size: 9px;&quot;&gt;przy awarii)&amp;nbsp;&lt;/font&gt;&lt;/font&gt;&lt;/span&gt;&lt;/div&gt;" vertex="1">
          <mxGeometry height="60" width="110" x="240" y="30" as="geometry" />
        </mxCell>
        <mxCell id="zzqq1YDTvUKB0URQ00NY-82" parent="zzqq1YDTvUKB0URQ00NY-133" style="text;whiteSpace=wrap;html=1;align=center;" value="&lt;div style=&quot;&quot;&gt;&lt;span style=&quot;&quot;&gt;&lt;b&gt;&lt;font style=&quot;font-size: 15px;&quot;&gt;Wyłączenie modemu&lt;/font&gt;&lt;/b&gt;&lt;/span&gt;&lt;br&gt;&lt;/div&gt;" vertex="1">
          <mxGeometry height="50" width="470" as="geometry" />
        </mxCell>
        <mxCell id="zzqq1YDTvUKB0URQ00NY-162" connectable="0" parent="1" style="group" value="" vertex="1">
-           <mxGeometry height="140" width="680" x="1520" y="130" as="geometry" />
+           <mxGeometry height="140" width="680" x="650.0000000000001" y="380" as="geometry" />
        </mxCell>
        <mxCell id="zzqq1YDTvUKB0URQ00NY-163" parent="zzqq1YDTvUKB0URQ00NY-162" style="rounded=1;whiteSpace=wrap;html=1;fillColor=none;" value="" vertex="1">
          <mxGeometry height="130" width="460" as="geometry" />
        </mxCell>
        <mxCell id="zzqq1YDTvUKB0URQ00NY-164" connectable="0" parent="zzqq1YDTvUKB0URQ00NY-162" style="group" value="" vertex="1">
          <mxGeometry height="140" width="670" x="10" as="geometry" />
        </mxCell>
        <mxCell id="zzqq1YDTvUKB0URQ00NY-165" connectable="0" parent="zzqq1YDTvUKB0URQ00NY-164" style="group" value="" vertex="1">
          <mxGeometry height="140" width="670" as="geometry" />
        </mxCell>
        <mxCell id="zzqq1YDTvUKB0URQ00NY-166" parent="zzqq1YDTvUKB0URQ00NY-165" style="html=1;shadow=0;dashed=0;align=center;verticalAlign=middle;shape=mxgraph.arrows2.arrow;dy=0;dx=10;notch=10;" value="" vertex="1">
          <mxGeometry height="78" width="110" y="39" as="geometry" />
        </mxCell>
        <mxCell id="zzqq1YDTvUKB0URQ00NY-167" parent="zzqq1YDTvUKB0URQ00NY-165" style="html=1;shadow=0;dashed=0;align=center;verticalAlign=middle;shape=mxgraph.arrows2.arrow;dy=0;dx=10;notch=10;" value="" vertex="1">
          <mxGeometry height="78" width="110" x="110" y="39" as="geometry" />
        </mxCell>
        <mxCell id="zzqq1YDTvUKB0URQ00NY-168" parent="zzqq1YDTvUKB0URQ00NY-165" style="text;whiteSpace=wrap;html=1;fontSize=11;align=center;" value="&lt;div style=&quot;&quot;&gt;&lt;div style=&quot;font-size: 12.000001px;&quot;&gt;&lt;span style=&quot;font-size: 11px; text-wrap-mode: nowrap;&quot;&gt;inicjalizacja&lt;/span&gt;&lt;span style=&quot;font-size: 11px; white-space: nowrap;&quot;&gt;&amp;nbsp;&lt;/span&gt;&lt;/div&gt;&lt;div style=&quot;font-size: 12.000001px;&quot;&gt;&lt;span style=&quot;font-size: 11px; white-space: nowrap;&quot;&gt;połączenia&lt;/span&gt;&lt;/div&gt;&lt;div style=&quot;font-size: 12.000001px;&quot;&gt;&lt;span style=&quot;font-size: 11px; white-space: nowrap;&quot;&gt;HTTPS&lt;/span&gt;&lt;/div&gt;&lt;/div&gt;" vertex="1">
          <mxGeometry height="90" width="120" x="110" y="50" as="geometry" />
        </mxCell>
        <mxCell id="zzqq1YDTvUKB0URQ00NY-169" parent="zzqq1YDTvUKB0URQ00NY-165" style="html=1;shadow=0;dashed=0;align=center;verticalAlign=middle;shape=mxgraph.arrows2.arrow;dy=0;dx=10;notch=10;" value="&lt;font color=&quot;#000000&quot;&gt;&lt;span style=&quot;caret-color: rgb(0, 0, 0); font-size: 11px;&quot;&gt;wysyłka danych&lt;/span&gt;&lt;/font&gt;&lt;div&gt;&lt;span style=&quot;caret-color: rgb(0, 0, 0); font-size: 11px;&quot;&gt;metodą&lt;br&gt;&lt;/span&gt;&lt;div&gt;&lt;font color=&quot;#000000&quot;&gt;&lt;span style=&quot;caret-color: rgb(0, 0, 0); font-size: 11px;&quot;&gt;HTTPS POST&lt;/span&gt;&lt;/font&gt;&lt;/div&gt;&lt;/div&gt;" vertex="1">
          <mxGeometry height="78" width="110" x="220" y="39" as="geometry" />
        </mxCell>
        <mxCell id="zzqq1YDTvUKB0URQ00NY-170" parent="zzqq1YDTvUKB0URQ00NY-165" style="html=1;shadow=0;dashed=0;align=center;verticalAlign=middle;shape=mxgraph.arrows2.arrow;dy=0;dx=10;notch=10;fontSize=11;labelBackgroundColor=none;" value="analiza&amp;nbsp;&lt;div&gt;odpowiedzi&amp;nbsp;&lt;/div&gt;&lt;div&gt;serwera&lt;/div&gt;" vertex="1">
          <mxGeometry height="78" width="110" x="330" y="39" as="geometry" />
        </mxCell>
        <mxCell id="zzqq1YDTvUKB0URQ00NY-171" parent="zzqq1YDTvUKB0URQ00NY-165" style="text;whiteSpace=wrap;html=1;align=center;" value="&lt;div style=&quot;&quot;&gt;&lt;b&gt;&lt;font style=&quot;font-size: 15px;&quot;&gt;Wysyłka danych HTTPS&lt;/font&gt;&lt;/b&gt;&lt;/div&gt;" vertex="1">
          <mxGeometry height="65" width="460" x="-10" as="geometry" />
        </mxCell>
        <mxCell id="zzqq1YDTvUKB0URQ00NY-172" parent="zzqq1YDTvUKB0URQ00NY-165" style="text;whiteSpace=wrap;html=1;align=center;" value="&lt;div style=&quot;&quot;&gt;&lt;span style=&quot;font-size: 11px; white-space: nowrap;&quot;&gt;ustawienie&amp;nbsp;&lt;/span&gt;&lt;br&gt;&lt;/div&gt;&lt;div style=&quot;font-size: 11px;&quot;&gt;&lt;span style=&quot;white-space: nowrap;&quot;&gt;URL kanału&lt;/span&gt;&lt;br&gt;&lt;/div&gt;&lt;div style=&quot;font-size: 11px;&quot;&gt;&lt;span style=&quot;white-space: nowrap;&quot;&gt;ThingSpeak&lt;/span&gt;&lt;/div&gt;" vertex="1">
          <mxGeometry height="70" width="150" x="-20" y="50" as="geometry" />
        </mxCell>
      </root>
    </mxGraphModel>
  </diagram>
</mxfile>
